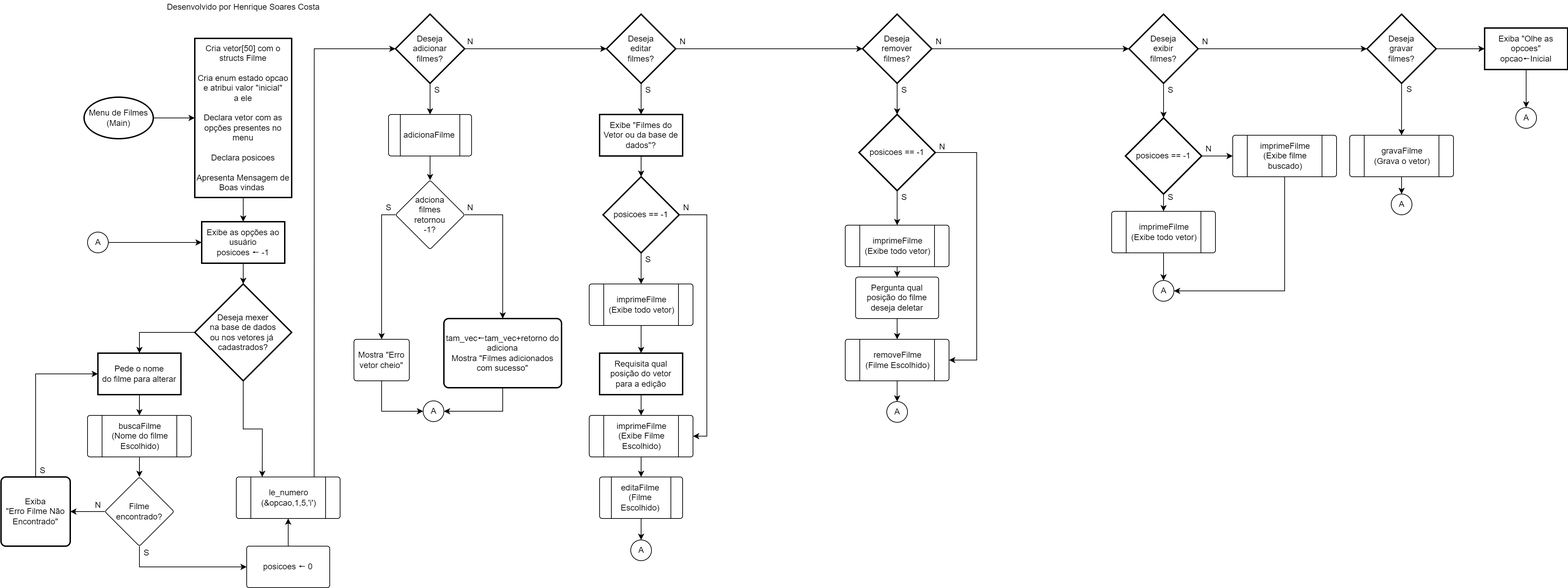
Above: Fluxograma/menu-previa.png in riquetret/Mania-Filmes (draw.io), before the change. Source tidied: cells renumbered, new cells last; positions are measured from the earlier drawing's top-left corner, leaving out a move shared by most shapes.
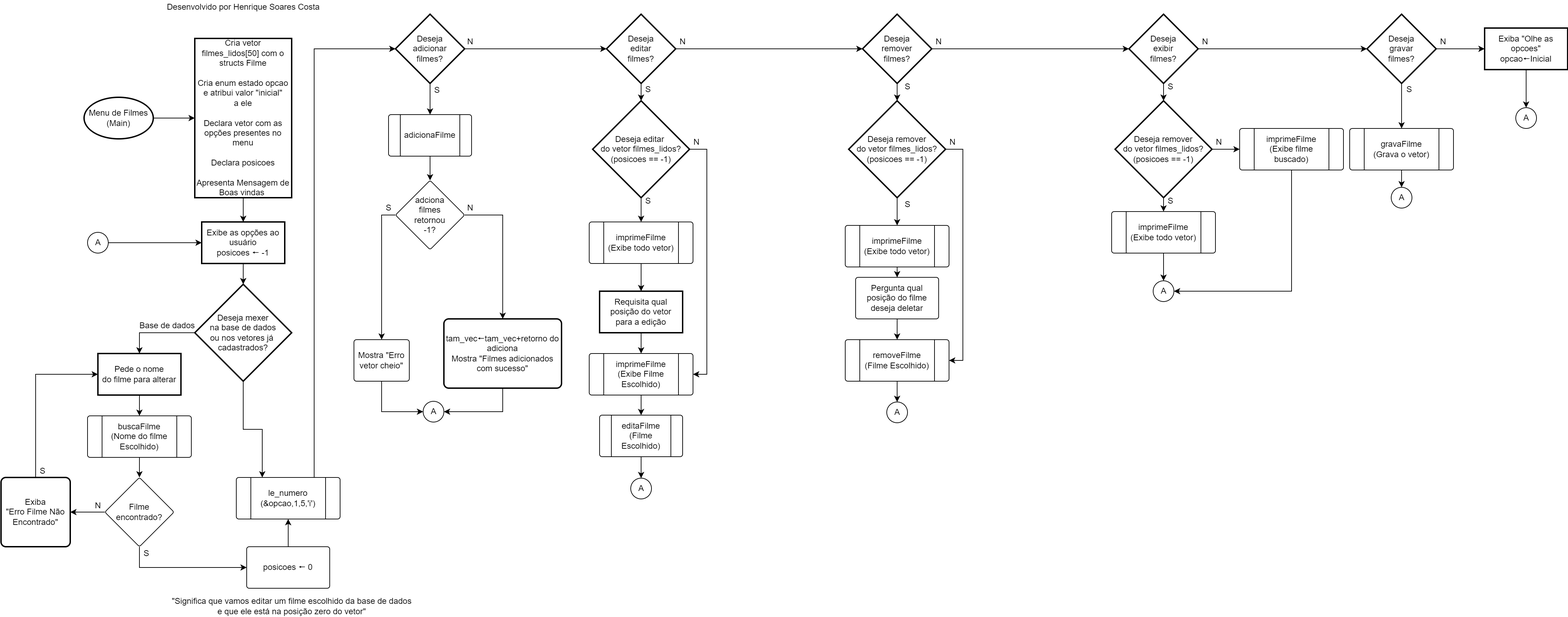
After the change.

Commit message:
Atualização do fluxograma do menu(main.c) e pequenas correções

The edit, as a diff of the source:
```diff
@@ -14,7 +14,7 @@
     <mxCell id="5" style="edgeStyle=orthogonalEdgeStyle;rounded=0;jettySize=auto;html=1;" parent="1" edge="1" source="6" target="8">
       <mxGeometry relative="1" as="geometry" />
     </mxCell>
-    <mxCell id="6" value="Cria vetor[50] com o structs Filme&lt;br&gt;&lt;br&gt;Cria enum estado opcao&lt;br&gt;e atribui valor &quot;inicial&quot;&lt;br&gt;a ele&lt;br&gt;&lt;br&gt;Declara vetor com as opções presentes no menu&lt;br&gt;&lt;br&gt;Declara posicoes&lt;br&gt;&lt;br&gt;Apresenta Mensagem de Boas vindas&amp;nbsp;" style="whiteSpace=wrap;html=1;strokeWidth=2;" parent="1" vertex="1">
+    <mxCell id="6" value="Cria vetor filmes_lidos[50] com o structs Filme&lt;br&gt;&lt;br&gt;Cria enum estado opcao&lt;br&gt;e atribui valor &quot;inicial&quot;&lt;br&gt;a ele&lt;br&gt;&lt;br&gt;Declara vetor com as opções presentes no menu&lt;br&gt;&lt;br&gt;Declara posicoes&lt;br&gt;&lt;br&gt;Apresenta Mensagem de Boas vindas&amp;nbsp;" style="whiteSpace=wrap;html=1;strokeWidth=2;" parent="1" vertex="1">
       <mxGeometry x="280" y="55" width="140" height="230" as="geometry" />
     </mxCell>
     <mxCell id="7" style="edgeStyle=orthogonalEdgeStyle;rounded=0;jettySize=auto;html=1;" parent="1" edge="1" source="8" target="96">
@@ -80,12 +80,12 @@
     <mxCell id="27" value="A" style="verticalLabelPosition=middle;verticalAlign=middle;html=1;shape=mxgraph.flowchart.on-page_reference;labelPosition=center;align=center;" parent="1" vertex="1">
       <mxGeometry x="610" y="579" width="30" height="30" as="geometry" />
     </mxCell>
-    <mxCell id="28" style="edgeStyle=orthogonalEdgeStyle;rounded=0;jettySize=auto;html=1;" parent="1" edge="1" source="30" target="34">
-      <mxGeometry relative="1" as="geometry" />
-    </mxCell>
     <mxCell id="29" style="edgeStyle=orthogonalEdgeStyle;rounded=0;jettySize=auto;html=1;" parent="1" edge="1" source="30" target="50">
       <mxGeometry relative="1" as="geometry" />
     </mxCell>
+    <mxCell id="112" style="edgeStyle=orthogonalEdgeStyle;rounded=0;jettySize=auto;html=1;exitX=0.5;exitY=1;exitDx=0;exitDy=0;exitPerimeter=0;entryX=0.5;entryY=0;entryDx=0;entryDy=0;" parent="1" edge="1" source="30" target="38">
+      <mxGeometry relative="1" as="geometry" />
+    </mxCell>
     <mxCell id="30" value="Deseja&lt;br&gt;editar&lt;br&gt;filmes?" style="strokeWidth=2;html=1;shape=mxgraph.flowchart.decision;whiteSpace=wrap;" parent="1" vertex="1">
       <mxGeometry x="875" y="20" width="100" height="100" as="geometry" />
     </mxCell>
@@ -95,14 +95,8 @@
     <mxCell id="32" value="S" style="text;html=1;align=center;verticalAlign=middle;strokeColor=none;fillColor=none;" parent="1" vertex="1">
       <mxGeometry x="550" y="290" width="20" height="20" as="geometry" />
     </mxCell>
-    <mxCell id="33" style="edgeStyle=orthogonalEdgeStyle;rounded=0;jettySize=auto;html=1;" parent="1" edge="1" source="34" target="38">
-      <mxGeometry relative="1" as="geometry" />
-    </mxCell>
-    <mxCell id="34" value="Exibe &quot;Filmes do Vetor ou da base de dados&quot;?" style="whiteSpace=wrap;html=1;strokeWidth=2;" parent="1" vertex="1">
-      <mxGeometry x="865" y="165" width="120" height="60" as="geometry" />
-    </mxCell>
     <mxCell id="35" value="S" style="text;html=1;align=center;verticalAlign=middle;strokeColor=none;fillColor=none;" parent="1" vertex="1">
-      <mxGeometry x="925" y="120" width="20" height="20" as="geometry" />
+      <mxGeometry x="925" y="119" width="20" height="20" as="geometry" />
     </mxCell>
     <mxCell id="36" style="edgeStyle=orthogonalEdgeStyle;rounded=0;jettySize=auto;html=1;exitX=0.5;exitY=1;exitDx=0;exitDy=0;entryX=0.5;entryY=0;entryDx=0;entryDy=0;" parent="1" edge="1" source="38" target="53">
       <mxGeometry relative="1" as="geometry" />
@@ -110,42 +104,42 @@
     <mxCell id="37" style="edgeStyle=orthogonalEdgeStyle;rounded=0;jettySize=auto;html=1;exitX=1;exitY=0.5;exitDx=0;exitDy=0;entryX=1;entryY=0.5;entryDx=0;entryDy=0;" parent="1" edge="1" source="38" target="43">
       <mxGeometry relative="1" as="geometry" />
     </mxCell>
-    <mxCell id="38" value="posicoes == -1" style="rhombus;whiteSpace=wrap;html=1;strokeWidth=2;" parent="1" vertex="1">
-      <mxGeometry x="870" y="255" width="110" height="110" as="geometry" />
+    <mxCell id="38" value="Deseja editar &lt;br&gt;do vetor filmes_lidos?&lt;br&gt;(posicoes == -1)" style="rhombus;whiteSpace=wrap;html=1;strokeWidth=2;" parent="1" vertex="1">
+      <mxGeometry x="855" y="145" width="140" height="140" as="geometry" />
     </mxCell>
     <mxCell id="39" style="edgeStyle=orthogonalEdgeStyle;rounded=0;jettySize=auto;html=1;exitX=0.5;exitY=1;exitDx=0;exitDy=0;entryX=0.5;entryY=0;entryDx=0;entryDy=0;" parent="1" edge="1" source="40" target="43">
       <mxGeometry relative="1" as="geometry" />
     </mxCell>
     <mxCell id="40" value="Requisita qual posição do vetor&lt;br&gt;para a edição" style="whiteSpace=wrap;html=1;strokeWidth=2;" parent="1" vertex="1">
-      <mxGeometry x="865" y="510" width="120" height="60" as="geometry" />
+      <mxGeometry x="865" y="420" width="120" height="60" as="geometry" />
     </mxCell>
     <mxCell id="41" value="S" style="text;html=1;align=center;verticalAlign=middle;strokeColor=none;fillColor=none;" parent="1" vertex="1">
-      <mxGeometry x="925" y="365" width="20" height="20" as="geometry" />
+      <mxGeometry x="925" y="280" width="20" height="20" as="geometry" />
     </mxCell>
     <mxCell id="42" style="edgeStyle=orthogonalEdgeStyle;rounded=0;jettySize=auto;html=1;exitX=0.5;exitY=1;exitDx=0;exitDy=0;entryX=0.5;entryY=0;entryDx=0;entryDy=0;" parent="1" edge="1" source="43" target="45">
       <mxGeometry relative="1" as="geometry" />
     </mxCell>
     <mxCell id="43" value="imprimeFilme&lt;br&gt;(Exibe Filme Escolhido)" style="verticalLabelPosition=middle;verticalAlign=middle;html=1;shape=process;whiteSpace=wrap;rounded=1;size=0.14;arcSize=6;labelPosition=center;align=center;" parent="1" vertex="1">
-      <mxGeometry x="850" y="600" width="150" height="60" as="geometry" />
+      <mxGeometry x="850" y="510" width="150" height="60" as="geometry" />
     </mxCell>
     <mxCell id="44" style="edgeStyle=orthogonalEdgeStyle;rounded=0;jettySize=auto;html=1;exitX=0.5;exitY=1;exitDx=0;exitDy=0;entryX=0.5;entryY=0;entryDx=0;entryDy=0;entryPerimeter=0;" parent="1" edge="1" source="45" target="46">
       <mxGeometry relative="1" as="geometry" />
     </mxCell>
     <mxCell id="45" value="editaFilme&lt;br&gt;(Filme Escolhido)" style="verticalLabelPosition=middle;verticalAlign=middle;html=1;shape=process;whiteSpace=wrap;rounded=1;size=0.14;arcSize=6;labelPosition=center;align=center;" parent="1" vertex="1">
-      <mxGeometry x="865" y="689" width="120" height="60" as="geometry" />
+      <mxGeometry x="865" y="599" width="120" height="60" as="geometry" />
     </mxCell>
     <mxCell id="46" value="A" style="verticalLabelPosition=middle;verticalAlign=middle;html=1;shape=mxgraph.flowchart.on-page_reference;labelPosition=center;align=center;" parent="1" vertex="1">
-      <mxGeometry x="910" y="780" width="30" height="30" as="geometry" />
+      <mxGeometry x="910" y="690" width="30" height="30" as="geometry" />
     </mxCell>
     <mxCell id="47" value="N" style="text;html=1;align=center;verticalAlign=middle;strokeColor=none;fillColor=none;" parent="1" vertex="1">
-      <mxGeometry x="980" y="290" width="20" height="20" as="geometry" />
+      <mxGeometry x="995" y="195" width="20" height="20" as="geometry" />
     </mxCell>
-    <mxCell id="48" style="edgeStyle=orthogonalEdgeStyle;rounded=0;jettySize=auto;html=1;exitX=0.5;exitY=1;exitDx=0;exitDy=0;exitPerimeter=0;entryX=0.5;entryY=0;entryDx=0;entryDy=0;" parent="1" edge="1" source="50" target="60">
-      <mxGeometry relative="1" as="geometry" />
-    </mxCell>
     <mxCell id="49" style="edgeStyle=orthogonalEdgeStyle;rounded=0;jettySize=auto;html=1;" parent="1" edge="1" source="50" target="68">
       <mxGeometry relative="1" as="geometry" />
     </mxCell>
+    <mxCell id="113" style="edgeStyle=orthogonalEdgeStyle;rounded=0;jettySize=auto;html=1;exitX=0.5;exitY=1;exitDx=0;exitDy=0;exitPerimeter=0;entryX=0.5;entryY=0;entryDx=0;entryDy=0;" parent="1" edge="1" source="50" target="119">
+      <mxGeometry relative="1" as="geometry" />
+    </mxCell>
     <mxCell id="50" value="Deseja&lt;br&gt;remover&lt;br&gt;filmes?" style="strokeWidth=2;html=1;shape=mxgraph.flowchart.decision;whiteSpace=wrap;" parent="1" vertex="1">
       <mxGeometry x="1245" y="20" width="100" height="100" as="geometry" />
     </mxCell>
@@ -156,7 +150,7 @@
       <mxGeometry relative="1" as="geometry" />
     </mxCell>
     <mxCell id="53" value="imprimeFilme&lt;br&gt;(Exibe todo vetor)" style="verticalLabelPosition=middle;verticalAlign=middle;html=1;shape=process;whiteSpace=wrap;rounded=1;size=0.14;arcSize=6;labelPosition=center;align=center;" parent="1" vertex="1">
-      <mxGeometry x="850" y="410" width="150" height="60" as="geometry" />
+      <mxGeometry x="850" y="320" width="150" height="60" as="geometry" />
     </mxCell>
     <mxCell id="54" style="edgeStyle=orthogonalEdgeStyle;rounded=0;jettySize=auto;html=1;" parent="1" edge="1" source="55" target="57">
       <mxGeometry relative="1" as="geometry" />
@@ -171,17 +165,8 @@
       <mxGeometry x="1235" y="400" width="120" height="60" as="geometry" />
     </mxCell>
     <mxCell id="58" value="S" style="text;html=1;align=center;verticalAlign=middle;strokeColor=none;fillColor=none;" parent="1" vertex="1">
-      <mxGeometry x="1295" y="120" width="20" height="20" as="geometry" />
+      <mxGeometry x="1300" y="115" width="20" height="20" as="geometry" />
     </mxCell>
-    <mxCell id="59" style="edgeStyle=orthogonalEdgeStyle;rounded=0;jettySize=auto;html=1;exitX=0.5;exitY=1;exitDx=0;exitDy=0;" parent="1" edge="1" source="60" target="55">
-      <mxGeometry relative="1" as="geometry" />
-    </mxCell>
-    <mxCell id="60" value="Deseja&lt;br&gt;remover&lt;br&gt;filmes&lt;br&gt;do vetor?" style="rhombus;whiteSpace=wrap;html=1;strokeWidth=2;" parent="1" vertex="1">
-      <mxGeometry x="1240" y="165" width="110" height="110" as="geometry" />
-    </mxCell>
-    <mxCell id="61" value="S" style="text;html=1;align=center;verticalAlign=middle;strokeColor=none;fillColor=none;" parent="1" vertex="1">
-      <mxGeometry x="1295" y="275" width="20" height="20" as="geometry" />
-    </mxCell>
     <mxCell id="62" style="edgeStyle=orthogonalEdgeStyle;rounded=0;jettySize=auto;html=1;exitX=0.5;exitY=1;exitDx=0;exitDy=0;entryX=0.5;entryY=0;entryDx=0;entryDy=0;entryPerimeter=0;" parent="1" edge="1" source="63" target="65">
       <mxGeometry relative="1" as="geometry" />
     </mxCell>
@@ -189,17 +174,17 @@
       <mxGeometry x="1220" y="490" width="150" height="60" as="geometry" />
     </mxCell>
     <mxCell id="64" value="N" style="text;html=1;align=center;verticalAlign=middle;strokeColor=none;fillColor=none;" parent="1" vertex="1">
-      <mxGeometry x="1350" y="202" width="20" height="20" as="geometry" />
+      <mxGeometry x="1365" y="195" width="20" height="20" as="geometry" />
     </mxCell>
     <mxCell id="65" value="A" style="verticalLabelPosition=middle;verticalAlign=middle;html=1;shape=mxgraph.flowchart.on-page_reference;labelPosition=center;align=center;" parent="1" vertex="1">
       <mxGeometry x="1280" y="580" width="30" height="30" as="geometry" />
     </mxCell>
-    <mxCell id="66" style="edgeStyle=orthogonalEdgeStyle;rounded=0;jettySize=auto;html=1;exitX=0.5;exitY=1;exitDx=0;exitDy=0;exitPerimeter=0;entryX=0.5;entryY=0;entryDx=0;entryDy=0;" parent="1" edge="1" source="68" target="72">
-      <mxGeometry relative="1" as="geometry" />
-    </mxCell>
     <mxCell id="67" style="edgeStyle=orthogonalEdgeStyle;rounded=0;jettySize=auto;html=1;" parent="1" edge="1" source="68" target="82">
       <mxGeometry relative="1" as="geometry" />
     </mxCell>
+    <mxCell id="114" style="edgeStyle=orthogonalEdgeStyle;rounded=0;jettySize=auto;html=1;exitX=0.5;exitY=1;exitDx=0;exitDy=0;exitPerimeter=0;entryX=0.5;entryY=0;entryDx=0;entryDy=0;" parent="1" edge="1" source="68" target="122">
+      <mxGeometry relative="1" as="geometry" />
+    </mxCell>
     <mxCell id="68" value="Deseja&lt;br&gt;exibir&lt;br&gt;filmes?" style="strokeWidth=2;html=1;shape=mxgraph.flowchart.decision;whiteSpace=wrap;" parent="1" vertex="1">
       <mxGeometry x="1630" y="20" width="100" height="100" as="geometry" />
     </mxCell>
@@ -207,14 +192,8 @@
       <mxGeometry x="1345" y="50" width="20" height="20" as="geometry" />
     </mxCell>
     <mxCell id="70" value="S" style="text;html=1;align=center;verticalAlign=middle;strokeColor=none;fillColor=none;" parent="1" vertex="1">
-      <mxGeometry x="1680" y="120" width="20" height="20" as="geometry" />
+      <mxGeometry x="1680" y="115" width="20" height="20" as="geometry" />
     </mxCell>
-    <mxCell id="71" style="edgeStyle=orthogonalEdgeStyle;rounded=0;jettySize=auto;html=1;exitX=0.5;exitY=1;exitDx=0;exitDy=0;entryX=0.5;entryY=0;entryDx=0;entryDy=0;" parent="1" edge="1" source="72" target="74">
-      <mxGeometry relative="1" as="geometry" />
-    </mxCell>
-    <mxCell id="72" value="Deseja&lt;br&gt;exibir&lt;br&gt;filmes&lt;br&gt;do vetor?" style="rhombus;whiteSpace=wrap;html=1;strokeWidth=2;" parent="1" vertex="1">
-      <mxGeometry x="1625" y="170" width="110" height="110" as="geometry" />
-    </mxCell>
     <mxCell id="73" style="edgeStyle=orthogonalEdgeStyle;rounded=0;jettySize=auto;html=1;exitX=0.5;exitY=1;exitDx=0;exitDy=0;entryX=0.5;entryY=0;entryDx=0;entryDy=0;entryPerimeter=0;" parent="1" edge="1" source="74" target="79">
       <mxGeometry relative="1" as="geometry" />
     </mxCell>
@@ -222,16 +201,16 @@
       <mxGeometry x="1605" y="305" width="150" height="60" as="geometry" />
     </mxCell>
     <mxCell id="75" value="S" style="text;html=1;align=center;verticalAlign=middle;strokeColor=none;fillColor=none;" parent="1" vertex="1">
-      <mxGeometry x="1680" y="275" width="20" height="20" as="geometry" />
+      <mxGeometry x="1680" y="280" width="20" height="20" as="geometry" />
     </mxCell>
     <mxCell id="76" value="N" style="text;html=1;align=center;verticalAlign=middle;strokeColor=none;fillColor=none;" parent="1" vertex="1">
-      <mxGeometry x="1735" y="205" width="20" height="20" as="geometry" />
+      <mxGeometry x="1750" y="195" width="20" height="20" as="geometry" />
     </mxCell>
     <mxCell id="77" style="edgeStyle=orthogonalEdgeStyle;rounded=0;jettySize=auto;html=1;exitX=0.5;exitY=1;exitDx=0;exitDy=0;entryX=1;entryY=0.5;entryDx=0;entryDy=0;entryPerimeter=0;" parent="1" edge="1" source="78" target="79">
       <mxGeometry relative="1" as="geometry" />
     </mxCell>
     <mxCell id="78" value="imprimeFilme&lt;br&gt;(Exibe filme buscado)" style="verticalLabelPosition=middle;verticalAlign=middle;html=1;shape=process;whiteSpace=wrap;rounded=1;size=0.14;arcSize=6;labelPosition=center;align=center;" parent="1" vertex="1">
-      <mxGeometry x="1780" y="195" width="150" height="60" as="geometry" />
+      <mxGeometry x="1790" y="185" width="150" height="60" as="geometry" />
     </mxCell>
     <mxCell id="79" value="A" style="verticalLabelPosition=middle;verticalAlign=middle;html=1;shape=mxgraph.flowchart.on-page_reference;labelPosition=center;align=center;" parent="1" vertex="1">
       <mxGeometry x="1665" y="405" width="30" height="30" as="geometry" />
@@ -252,31 +231,14 @@
       <mxGeometry relative="1" as="geometry" />
     </mxCell>
     <mxCell id="85" value="gravaFilme&lt;br&gt;(Grava o vetor)" style="verticalLabelPosition=middle;verticalAlign=middle;html=1;shape=process;whiteSpace=wrap;rounded=1;size=0.14;arcSize=6;labelPosition=center;align=center;" parent="1" vertex="1">
-      <mxGeometry x="1949" y="195" width="150" height="60" as="geometry" />
+      <mxGeometry x="1949" y="185" width="150" height="60" as="geometry" />
     </mxCell>
     <mxCell id="86" value="S" style="text;html=1;align=center;verticalAlign=middle;strokeColor=none;fillColor=none;" parent="1" vertex="1">
       <mxGeometry x="2025" y="119" width="20" height="20" as="geometry" />
     </mxCell>
     <mxCell id="87" value="A" style="verticalLabelPosition=middle;verticalAlign=middle;html=1;shape=mxgraph.flowchart.on-page_reference;labelPosition=center;align=center;" parent="1" vertex="1">
-      <mxGeometry x="2009" y="280" width="30" height="30" as="geometry" />
+      <mxGeometry x="2009" y="270" width="30" height="30" as="geometry" />
     </mxCell>
-    <mxCell id="88" style="edgeStyle=orthogonalEdgeStyle;rounded=0;jettySize=auto;html=1;exitX=1;exitY=0.5;exitDx=0;exitDy=0;entryX=1;entryY=0.5;entryDx=0;entryDy=0;" parent="1" edge="1" source="89" target="63">
-      <mxGeometry relative="1" as="geometry">
-        <Array as="points">
-          <mxPoint x="1410" y="220" />
-          <mxPoint x="1410" y="520" />
-        </Array>
-      </mxGeometry>
-    </mxCell>
-    <mxCell id="89" value="posicoes == -1" style="rhombus;whiteSpace=wrap;html=1;strokeWidth=2;" parent="1" vertex="1">
-      <mxGeometry x="1240" y="165" width="110" height="110" as="geometry" />
-    </mxCell>
-    <mxCell id="90" style="edgeStyle=orthogonalEdgeStyle;rounded=0;jettySize=auto;html=1;exitX=1;exitY=0.5;exitDx=0;exitDy=0;entryX=0;entryY=0.5;entryDx=0;entryDy=0;" parent="1" edge="1" source="91" target="78">
-      <mxGeometry relative="1" as="geometry" />
-    </mxCell>
-    <mxCell id="91" value="posicoes == -1" style="rhombus;whiteSpace=wrap;html=1;strokeWidth=2;" parent="1" vertex="1">
-      <mxGeometry x="1625" y="170" width="110" height="110" as="geometry" />
-    </mxCell>
     <mxCell id="92" style="edgeStyle=orthogonalEdgeStyle;rounded=0;jettySize=auto;html=1;" parent="1" edge="1" source="93" target="106">
       <mxGeometry relative="1" as="geometry" />
     </mxCell>
@@ -337,5 +299,35 @@
     <mxCell id="111" value="S" style="text;html=1;align=center;verticalAlign=middle;strokeColor=none;fillColor=none;" parent="1" vertex="1">
       <mxGeometry x="50" y="670" width="20" height="20" as="geometry" />
     </mxCell>
+    <mxCell id="115" value="Base de dados" style="text;html=1;align=center;verticalAlign=middle;strokeColor=none;fillColor=none;" parent="1" vertex="1">
+      <mxGeometry x="190" y="460" width="100" height="20" as="geometry" />
+    </mxCell>
+    <mxCell id="116" value="&quot;Significa que vamos editar um filme escolhido da base de dados&lt;br&gt;e que ele está na posição zero do vetor&quot;" style="text;html=1;align=center;verticalAlign=middle;strokeColor=none;fillColor=none;" parent="1" vertex="1">
+      <mxGeometry x="240" y="860" width="360" height="30" as="geometry" />
+    </mxCell>
+    <mxCell id="117" style="edgeStyle=orthogonalEdgeStyle;rounded=0;jettySize=auto;html=1;exitX=0.5;exitY=1;exitDx=0;exitDy=0;entryX=0.5;entryY=0;entryDx=0;entryDy=0;" parent="1" edge="1" source="119" target="55">
+      <mxGeometry relative="1" as="geometry" />
+    </mxCell>
+    <mxCell id="118" style="edgeStyle=orthogonalEdgeStyle;rounded=0;jettySize=auto;html=1;exitX=1;exitY=0.5;exitDx=0;exitDy=0;entryX=1;entryY=0.5;entryDx=0;entryDy=0;" parent="1" edge="1" source="119" target="63">
+      <mxGeometry relative="1" as="geometry" />
+    </mxCell>
+    <mxCell id="119" value="Deseja remover&lt;br&gt;do vetor filmes_lidos?&lt;br&gt;(posicoes == -1)" style="rhombus;whiteSpace=wrap;html=1;strokeWidth=2;" parent="1" vertex="1">
+      <mxGeometry x="1225" y="145" width="140" height="140" as="geometry" />
+    </mxCell>
+    <mxCell id="61" value="S" style="text;html=1;align=center;verticalAlign=middle;strokeColor=none;fillColor=none;" parent="1" vertex="1">
+      <mxGeometry x="1300" y="285" width="20" height="20" as="geometry" />
+    </mxCell>
+    <mxCell id="120" style="edgeStyle=orthogonalEdgeStyle;rounded=0;jettySize=auto;html=1;exitX=1;exitY=0.5;exitDx=0;exitDy=0;entryX=0;entryY=0.5;entryDx=0;entryDy=0;" parent="1" edge="1" source="122" target="78">
+      <mxGeometry relative="1" as="geometry" />
+    </mxCell>
+    <mxCell id="121" style="edgeStyle=orthogonalEdgeStyle;rounded=0;jettySize=auto;html=1;exitX=0.5;exitY=1;exitDx=0;exitDy=0;entryX=0.5;entryY=0;entryDx=0;entryDy=0;" parent="1" edge="1" source="122" target="74">
+      <mxGeometry relative="1" as="geometry" />
+    </mxCell>
+    <mxCell id="122" value="Deseja remover&lt;br&gt;do vetor filmes_lidos?&lt;br&gt;(posicoes == -1)" style="rhombus;whiteSpace=wrap;html=1;strokeWidth=2;" parent="1" vertex="1">
+      <mxGeometry x="1610" y="145" width="140" height="140" as="geometry" />
+    </mxCell>
+    <mxCell id="123" value="N" style="text;html=1;align=center;verticalAlign=middle;strokeColor=none;fillColor=none;" parent="1" vertex="1">
+      <mxGeometry x="2074" y="50" width="20" height="20" as="geometry" />
+    </mxCell>
   </root>
 </mxGraphModel>
```
